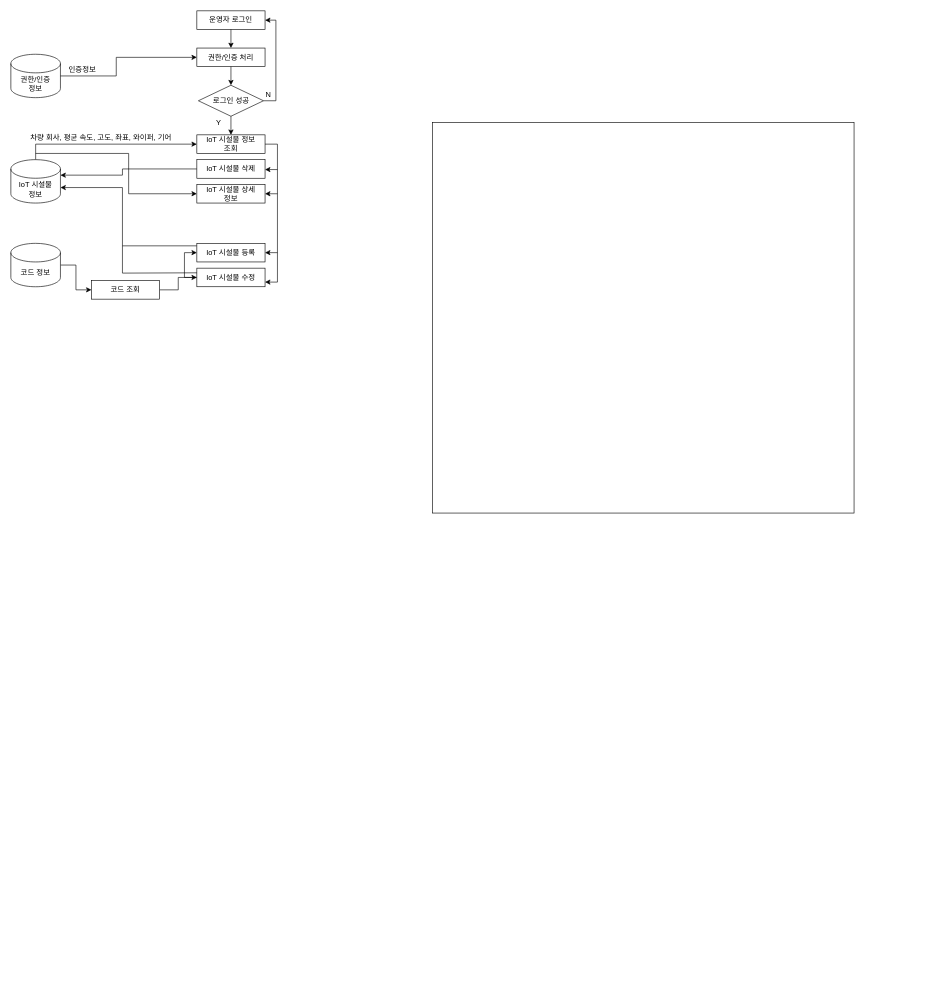
Above: 제목 없는 다이어그램.drawio in gowjd4419/spring_basic (draw.io), before the change. Source tidied: cells renumbered, new cells numbered last; positions are measured from the earlier drawing's top-left corner, leaving out a move shared by most shapes. Both pictures are drawn from the tidied source at 62%, with x=0, y=0 at pixel (11, 11).
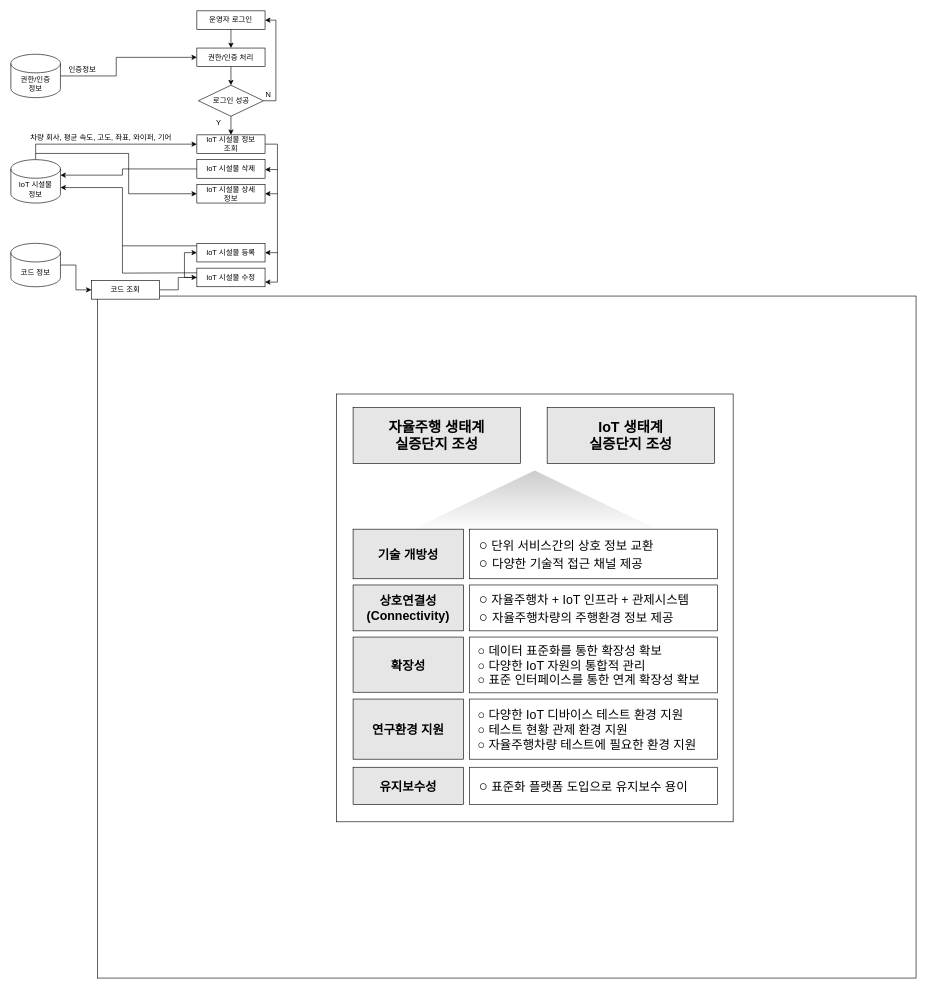
Above is the later version.

Commit message:
제목 없는 다이어그램.drawio 업데이트

Change to the diagram source:
```diff
@@
+    <mxCell id="36" style="rounded=0;whiteSpace=wrap;html=1;" parent="1" vertex="1">
+      <mxGeometry x="140" y="460" width="1320" height="1100" as="geometry" />
+    </mxCell>
     <mxCell id="2" style="rounded=0;whiteSpace=wrap;html=1;" parent="1" vertex="1">
-      <mxGeometry x="680" y="180" width="680" height="630" as="geometry" />
+      <mxGeometry x="525" y="618" width="640" height="690" as="geometry" />
     </mxCell>
@@
+    <mxCell id="37" value="&lt;b style=&quot;font-size: 23px;&quot;&gt;자율주행 생태계&lt;br&gt;실증단지 조성&lt;/b&gt;" style="rounded=0;whiteSpace=wrap;html=1;fillStyle=auto;fillColor=#E6E6E6;" parent="1" vertex="1">
+      <mxGeometry x="552" y="640" width="270" height="90" as="geometry" />
+    </mxCell>
+    <mxCell id="38" value="&lt;font style=&quot;font-size: 23px;&quot;&gt;&lt;b&gt;IoT 생태계&lt;br&gt;실증단지 조성&lt;/b&gt;&lt;/font&gt;" style="rounded=0;whiteSpace=wrap;html=1;fillColor=#E6E6E6;" parent="1" vertex="1">
+      <mxGeometry x="865" y="640" width="270" height="90" as="geometry" />
+    </mxCell>
+    <mxCell id="39" style="triangle;whiteSpace=wrap;html=1;labelBackgroundColor=#ffffff;fillStyle=auto;fontSize=21;fontColor=none;fillColor=default;rotation=-90;gradientColor=#CCCCCC;gradientDirection=east;strokeColor=none;" parent="1" vertex="1">
+      <mxGeometry x="795.6" y="585.6" width="98.8" height="410" as="geometry" />
+    </mxCell>
+    <mxCell id="40" value="&lt;font style=&quot;font-size: 20px;&quot;&gt;기술 개방성&lt;/font&gt;" style="rounded=0;whiteSpace=wrap;html=1;fillStyle=auto;fillColor=#E6E6E6;fontStyle=1;" parent="1" vertex="1">
+      <mxGeometry x="552" y="836" width="178" height="80" as="geometry" />
+    </mxCell>
+    <mxCell id="41" value="&lt;font style=&quot;font-size: 20px;&quot;&gt;상호연결성&lt;br&gt;(Connectivity)&lt;br&gt;&lt;/font&gt;" style="rounded=0;whiteSpace=wrap;html=1;fillStyle=auto;fillColor=#E6E6E6;fontStyle=1;" parent="1" vertex="1">
+      <mxGeometry x="552" y="926" width="178" height="74" as="geometry" />
+    </mxCell>
+    <mxCell id="42" value="&lt;span style=&quot;font-size: 20px;&quot;&gt;확장성&lt;/span&gt;" style="rounded=0;whiteSpace=wrap;html=1;fillStyle=auto;fillColor=#E6E6E6;fontStyle=1;" parent="1" vertex="1">
+      <mxGeometry x="552" y="1010" width="178" height="89" as="geometry" />
+    </mxCell>
+    <mxCell id="43" value="&lt;font style=&quot;font-size: 20px;&quot;&gt;연구환경 지원&lt;/font&gt;" style="rounded=0;whiteSpace=wrap;html=1;fillStyle=auto;fillColor=#E6E6E6;fontStyle=1;" parent="1" vertex="1">
+      <mxGeometry x="552" y="1110" width="178" height="97" as="geometry" />
+    </mxCell>
+    <mxCell id="44" value="&lt;font style=&quot;font-size: 20px;&quot;&gt;유지보수성&lt;/font&gt;" style="rounded=0;whiteSpace=wrap;html=1;fillStyle=auto;fillColor=#E6E6E6;fontStyle=1;" parent="1" vertex="1">
+      <mxGeometry x="552" y="1220" width="178" height="60" as="geometry" />
+    </mxCell>
+    <mxCell id="45" value="&lt;span style=&quot;font-weight: 400;&quot;&gt;&lt;font style=&quot;font-size: 24px;&quot;&gt;&amp;nbsp; ○&lt;/font&gt;&lt;/span&gt;&lt;span style=&quot;font-size: 20px; font-weight: 400;&quot;&gt; 단위 서비스간의 상호 정보 교환&lt;br&gt;&lt;/span&gt;&lt;span style=&quot;font-size: 24px; font-weight: 400;&quot;&gt;&amp;nbsp; ○ &lt;/span&gt;&lt;span style=&quot;font-weight: 400; font-size: 20px;&quot;&gt;다양한 기술적 접근 채널 제공&lt;/span&gt;&lt;span style=&quot;font-size: 20px; font-weight: 400;&quot;&gt;&lt;br&gt;&lt;/span&gt;" style="rounded=0;whiteSpace=wrap;html=1;fillStyle=auto;fillColor=#FFFFFF;fontStyle=1;align=left;" parent="1" vertex="1">
+      <mxGeometry x="740" y="836" width="400" height="80" as="geometry" />
+    </mxCell>
+    <mxCell id="46" value="&lt;span style=&quot;font-weight: 400;&quot;&gt;&lt;font style=&quot;font-size: 24px;&quot;&gt;&amp;nbsp; ○&lt;/font&gt;&lt;/span&gt;&lt;span style=&quot;font-size: 20px; font-weight: 400;&quot;&gt;&amp;nbsp;자율주행차 + IoT 인프라 + 관제시스템&lt;br&gt;&lt;/span&gt;&lt;span style=&quot;font-size: 24px; font-weight: 400;&quot;&gt;&amp;nbsp; ○ &lt;/span&gt;&lt;span style=&quot;font-weight: 400; font-size: 20px;&quot;&gt;자율주행차량의 주행환경 정보 제공&lt;/span&gt;&lt;span style=&quot;font-size: 20px; font-weight: 400;&quot;&gt;&lt;br&gt;&lt;/span&gt;" style="rounded=0;whiteSpace=wrap;html=1;fillStyle=auto;fillColor=#FFFFFF;fontStyle=1;align=left;" parent="1" vertex="1">
+      <mxGeometry x="740" y="926" width="400" height="74" as="geometry" />
+    </mxCell>
+    <mxCell id="47" value="&lt;font style=&quot;font-size: 20px;&quot;&gt;&lt;span style=&quot;font-weight: 400;&quot;&gt;&lt;font style=&quot;font-size: 20px;&quot;&gt;&amp;nbsp; ○&lt;/font&gt;&lt;/span&gt;&lt;span style=&quot;font-weight: 400;&quot;&gt;&amp;nbsp;데이터 표준화를 통한 확장성 확보&lt;br&gt;&lt;/span&gt;&lt;span style=&quot;font-weight: 400;&quot;&gt;&amp;nbsp; ○ &lt;/span&gt;&lt;span style=&quot;font-weight: 400;&quot;&gt;다양한 IoT 자원의 통합적 관리&lt;br&gt;&lt;/span&gt;&lt;span style=&quot;font-weight: 400;&quot;&gt;&amp;nbsp;&amp;nbsp;&lt;/span&gt;&lt;span style=&quot;font-weight: 400;&quot;&gt;○ &lt;/span&gt;&lt;span style=&quot;font-weight: 400;&quot;&gt;표준 인터페이스를 통한 연계 확장성 확보&lt;/span&gt;&lt;/font&gt;&lt;span style=&quot;font-size: 20px; font-weight: 400;&quot;&gt;&lt;br&gt;&lt;/span&gt;" style="rounded=0;whiteSpace=wrap;html=1;fillStyle=auto;fillColor=#FFFFFF;fontStyle=1;align=left;" parent="1" vertex="1">
+      <mxGeometry x="740" y="1010" width="400" height="90" as="geometry" />
+    </mxCell>
+    <mxCell id="48" value="&lt;span style=&quot;font-weight: 400;&quot;&gt;&lt;font style=&quot;font-size: 24px;&quot;&gt;&amp;nbsp; ○&lt;/font&gt;&lt;/span&gt;&lt;span style=&quot;font-size: 20px; font-weight: 400;&quot;&gt;&amp;nbsp;표준화 플랫폼 도입으로 유지보수 용이&lt;/span&gt;&lt;span style=&quot;font-size: 20px; font-weight: 400;&quot;&gt;&lt;br&gt;&lt;/span&gt;" style="rounded=0;whiteSpace=wrap;html=1;fillStyle=auto;fillColor=#FFFFFF;fontStyle=1;align=left;" parent="1" vertex="1">
+      <mxGeometry x="740" y="1220" width="400" height="60" as="geometry" />
+    </mxCell>
+    <mxCell id="49" value="&lt;font style=&quot;font-size: 20px;&quot;&gt;&lt;span style=&quot;font-weight: 400;&quot;&gt;&lt;font style=&quot;font-size: 20px;&quot;&gt;&amp;nbsp; ○&lt;/font&gt;&lt;/span&gt;&lt;span style=&quot;font-weight: 400;&quot;&gt;&amp;nbsp;다양한 IoT 디바이스 테스트 환경 지원&lt;br&gt;&lt;/span&gt;&lt;span style=&quot;font-weight: 400;&quot;&gt;&amp;nbsp; ○ 테스트 현황 관제 환경 지원&lt;/span&gt;&lt;span style=&quot;font-weight: 400;&quot;&gt;&lt;br&gt;&lt;/span&gt;&lt;span style=&quot;font-weight: 400;&quot;&gt;&amp;nbsp;&amp;nbsp;&lt;/span&gt;&lt;span style=&quot;font-weight: 400;&quot;&gt;○ 자율주행차량 테스트에 필요한 환경 지원&lt;/span&gt;&lt;/font&gt;&lt;span style=&quot;font-size: 20px; font-weight: 400;&quot;&gt;&lt;br&gt;&lt;/span&gt;" style="rounded=0;whiteSpace=wrap;html=1;fillStyle=auto;fillColor=#FFFFFF;fontStyle=1;align=left;" parent="1" vertex="1">
+      <mxGeometry x="740" y="1110" width="400" height="97" as="geometry" />
+    </mxCell>
```
